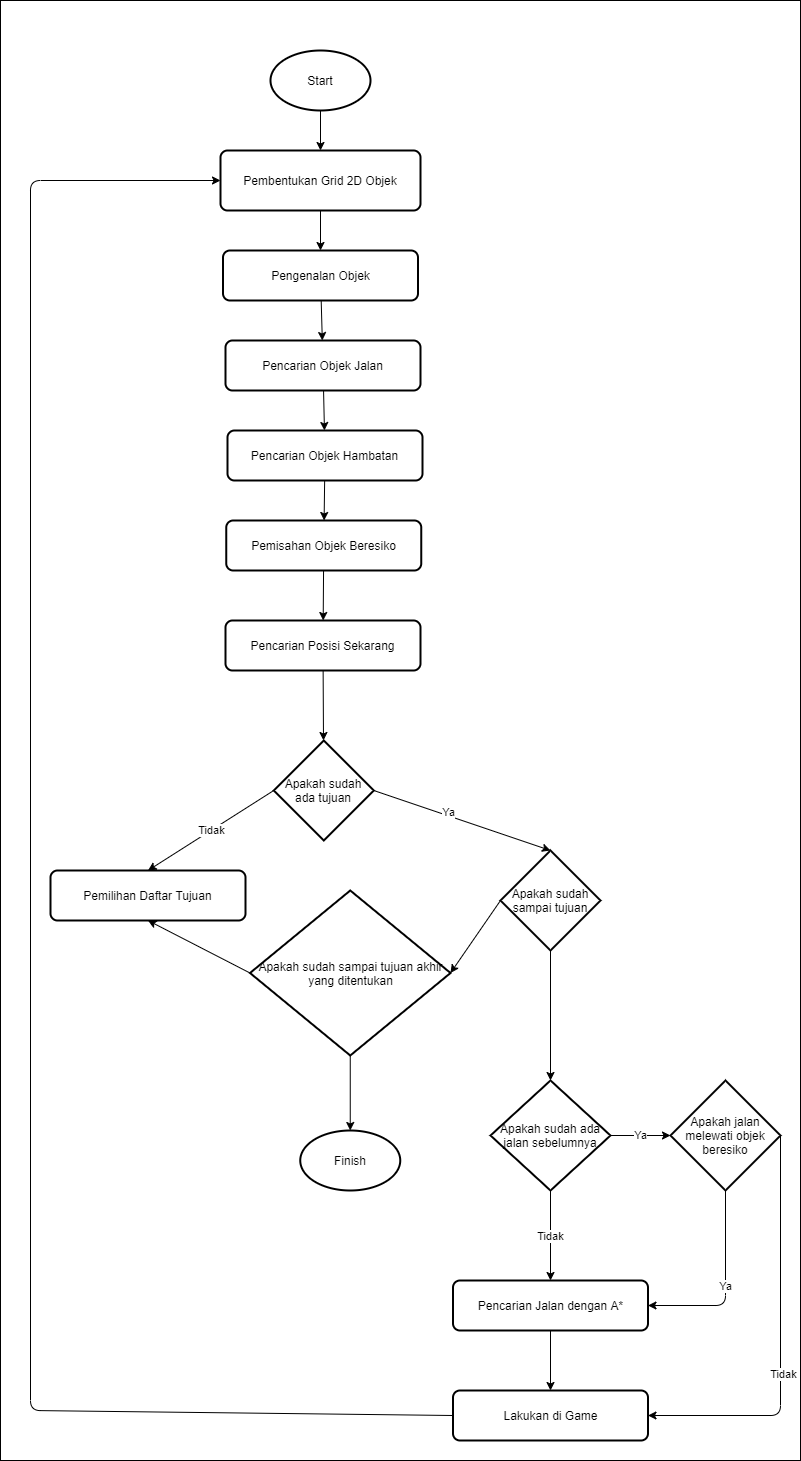
Before: doc/AI.png, a diagram exported from draw.io (albertusangkuw/Cross-Road-Agent). Source tidied: cells renumbered, new cells last; positions are measured from the earlier drawing's top-left corner, leaving out a move shared by most shapes. Source of this version:
```xml
<mxGraphModel>
  <root>
    <mxCell id="0" />
    <mxCell id="1" parent="0" />
    <mxCell id="2" style="rounded=0;whiteSpace=wrap;html=1;" parent="1" vertex="1">
      <mxGeometry width="800" height="1460" as="geometry" />
    </mxCell>
    <mxCell id="3" style="edgeStyle=none;html=1;" parent="1" edge="1" source="4" target="8">
      <mxGeometry relative="1" as="geometry" />
    </mxCell>
    <mxCell id="4" value="Start" style="strokeWidth=2;html=1;shape=mxgraph.flowchart.start_1;whiteSpace=wrap;" parent="1" vertex="1">
      <mxGeometry x="270" y="50" width="100" height="60" as="geometry" />
    </mxCell>
    <mxCell id="5" style="edgeStyle=none;html=1;" parent="1" edge="1" source="6" target="26">
      <mxGeometry relative="1" as="geometry" />
    </mxCell>
    <mxCell id="6" value="Pengenalan Objek" style="rounded=1;whiteSpace=wrap;html=1;absoluteArcSize=1;arcSize=14;strokeWidth=2;" parent="1" vertex="1">
      <mxGeometry x="222.5" y="250" width="195" height="50" as="geometry" />
    </mxCell>
    <mxCell id="7" style="edgeStyle=none;html=1;" parent="1" edge="1" source="8" target="6">
      <mxGeometry relative="1" as="geometry" />
    </mxCell>
    <mxCell id="8" value="Pembentukan Grid 2D Objek" style="rounded=1;whiteSpace=wrap;html=1;absoluteArcSize=1;arcSize=14;strokeWidth=2;" parent="1" vertex="1">
      <mxGeometry x="220" y="150" width="200" height="60" as="geometry" />
    </mxCell>
    <mxCell id="9" value="Pemilihan Daftar Tujuan" style="rounded=1;whiteSpace=wrap;html=1;absoluteArcSize=1;arcSize=14;strokeWidth=2;" parent="1" vertex="1">
      <mxGeometry x="50" y="870" width="195" height="50" as="geometry" />
    </mxCell>
    <mxCell id="10" style="edgeStyle=none;html=1;" parent="1" edge="1" source="11" target="15">
      <mxGeometry relative="1" as="geometry" />
    </mxCell>
    <mxCell id="11" value="Pencarian Posisi Sekarang" style="rounded=1;whiteSpace=wrap;html=1;absoluteArcSize=1;arcSize=14;strokeWidth=2;" parent="1" vertex="1">
      <mxGeometry x="225" y="620" width="195" height="50" as="geometry" />
    </mxCell>
    <mxCell id="12" value="Tidak" style="edgeStyle=none;html=1;exitX=0;exitY=0.5;exitDx=0;exitDy=0;exitPerimeter=0;entryX=0.5;entryY=0;entryDx=0;entryDy=0;" parent="1" edge="1" source="15" target="9">
      <mxGeometry relative="1" as="geometry" />
    </mxCell>
    <mxCell id="13" style="edgeStyle=none;html=1;exitX=1;exitY=0.5;exitDx=0;exitDy=0;exitPerimeter=0;entryX=0.5;entryY=0;entryDx=0;entryDy=0;entryPerimeter=0;" parent="1" edge="1" source="15" target="18">
      <mxGeometry relative="1" as="geometry" />
    </mxCell>
    <mxCell id="14" value="Ya" style="edgeLabel;html=1;align=center;verticalAlign=middle;" parent="13" vertex="1">
      <mxGeometry x="-0.2" y="4" relative="1" as="geometry" />
    </mxCell>
    <mxCell id="15" value="Apakah sudah ada tujuan" style="strokeWidth=2;html=1;shape=mxgraph.flowchart.decision;whiteSpace=wrap;" parent="1" vertex="1">
      <mxGeometry x="273.2" y="740" width="100" height="100" as="geometry" />
    </mxCell>
    <mxCell id="16" style="edgeStyle=none;html=1;" parent="1" edge="1" source="18" target="31">
      <mxGeometry relative="1" as="geometry" />
    </mxCell>
    <mxCell id="17" style="edgeStyle=none;html=1;exitX=0;exitY=0.5;exitDx=0;exitDy=0;exitPerimeter=0;entryX=1;entryY=0.5;entryDx=0;entryDy=0;entryPerimeter=0;" parent="1" edge="1" source="18" target="39">
      <mxGeometry relative="1" as="geometry" />
    </mxCell>
    <mxCell id="18" value="Apakah sudah sampai tujuan" style="strokeWidth=2;html=1;shape=mxgraph.flowchart.decision;whiteSpace=wrap;" parent="1" vertex="1">
      <mxGeometry x="500" y="850" width="100" height="100" as="geometry" />
    </mxCell>
    <mxCell id="19" style="edgeStyle=none;html=1;" parent="1" edge="1" source="20" target="24">
      <mxGeometry relative="1" as="geometry" />
    </mxCell>
    <mxCell id="20" value="&lt;span&gt;Pencarian Objek Hambatan&lt;/span&gt;" style="rounded=1;whiteSpace=wrap;html=1;absoluteArcSize=1;arcSize=14;strokeWidth=2;" parent="1" vertex="1">
      <mxGeometry x="227" y="430" width="195" height="50" as="geometry" />
    </mxCell>
    <mxCell id="21" style="edgeStyle=none;html=1;" parent="1" edge="1" source="22" target="28">
      <mxGeometry relative="1" as="geometry" />
    </mxCell>
    <mxCell id="22" value="Pencarian Jalan dengan A*" style="rounded=1;whiteSpace=wrap;html=1;absoluteArcSize=1;arcSize=14;strokeWidth=2;" parent="1" vertex="1">
      <mxGeometry x="452.5" y="1280" width="195" height="50" as="geometry" />
    </mxCell>
    <mxCell id="23" style="edgeStyle=none;html=1;" parent="1" edge="1" source="24" target="11">
      <mxGeometry relative="1" as="geometry" />
    </mxCell>
    <mxCell id="24" value="Pemisahan Objek Beresiko" style="rounded=1;whiteSpace=wrap;html=1;absoluteArcSize=1;arcSize=14;strokeWidth=2;" parent="1" vertex="1">
      <mxGeometry x="225.8" y="520" width="195" height="50" as="geometry" />
    </mxCell>
    <mxCell id="25" style="edgeStyle=none;html=1;" parent="1" edge="1" source="26" target="20">
      <mxGeometry relative="1" as="geometry" />
    </mxCell>
    <mxCell id="26" value="&lt;span&gt;Pencarian Objek Jalan&lt;/span&gt;" style="rounded=1;whiteSpace=wrap;html=1;absoluteArcSize=1;arcSize=14;strokeWidth=2;" parent="1" vertex="1">
      <mxGeometry x="225" y="340" width="195" height="50" as="geometry" />
    </mxCell>
    <mxCell id="27" style="edgeStyle=none;html=1;exitX=0;exitY=0.5;exitDx=0;exitDy=0;entryX=0;entryY=0.5;entryDx=0;entryDy=0;" parent="1" edge="1" source="28" target="8">
      <mxGeometry relative="1" as="geometry">
        <Array as="points">
          <mxPoint x="30" y="1410" />
          <mxPoint x="30" y="180" />
        </Array>
      </mxGeometry>
    </mxCell>
    <mxCell id="28" value="Lakukan di Game" style="rounded=1;whiteSpace=wrap;html=1;absoluteArcSize=1;arcSize=14;strokeWidth=2;" parent="1" vertex="1">
      <mxGeometry x="452.5" y="1390" width="195" height="50" as="geometry" />
    </mxCell>
    <mxCell id="29" value="Tidak" style="edgeStyle=none;html=1;" parent="1" edge="1" source="31" target="22">
      <mxGeometry relative="1" as="geometry" />
    </mxCell>
    <mxCell id="30" value="Ya" style="edgeStyle=none;html=1;exitX=1;exitY=0.5;exitDx=0;exitDy=0;exitPerimeter=0;" parent="1" edge="1" source="31" target="35">
      <mxGeometry relative="1" as="geometry" />
    </mxCell>
    <mxCell id="31" value="Apakah sudah ada jalan sebelumnya" style="strokeWidth=2;html=1;shape=mxgraph.flowchart.decision;whiteSpace=wrap;" parent="1" vertex="1">
      <mxGeometry x="490" y="1080" width="120" height="110" as="geometry" />
    </mxCell>
    <mxCell id="32" value="Ya" style="edgeStyle=none;html=1;exitX=0.5;exitY=1;exitDx=0;exitDy=0;exitPerimeter=0;entryX=1;entryY=0.5;entryDx=0;entryDy=0;" parent="1" edge="1" source="35" target="22">
      <mxGeometry relative="1" as="geometry">
        <Array as="points">
          <mxPoint x="725" y="1305" />
        </Array>
      </mxGeometry>
    </mxCell>
    <mxCell id="33" style="edgeStyle=none;html=1;exitX=1;exitY=0.5;exitDx=0;exitDy=0;exitPerimeter=0;entryX=1;entryY=0.5;entryDx=0;entryDy=0;" parent="1" edge="1" source="35" target="28">
      <mxGeometry relative="1" as="geometry">
        <Array as="points">
          <mxPoint x="780" y="1415" />
        </Array>
      </mxGeometry>
    </mxCell>
    <mxCell id="34" value="Tidak" style="edgeLabel;html=1;align=center;verticalAlign=middle;" parent="33" vertex="1">
      <mxGeometry x="0.15" y="2" relative="1" as="geometry" />
    </mxCell>
    <mxCell id="35" value="Apakah jalan melewati objek beresiko" style="strokeWidth=2;html=1;shape=mxgraph.flowchart.decision;whiteSpace=wrap;" parent="1" vertex="1">
      <mxGeometry x="670" y="1080" width="110" height="110" as="geometry" />
    </mxCell>
    <mxCell id="36" value="Finish" style="strokeWidth=2;html=1;shape=mxgraph.flowchart.start_1;whiteSpace=wrap;" parent="1" vertex="1">
      <mxGeometry x="299.8" y="1130" width="100" height="60" as="geometry" />
    </mxCell>
    <mxCell id="37" style="edgeStyle=none;html=1;entryX=0.5;entryY=1;entryDx=0;entryDy=0;exitX=0;exitY=0.5;exitDx=0;exitDy=0;exitPerimeter=0;" parent="1" edge="1" source="39" target="9">
      <mxGeometry relative="1" as="geometry" />
    </mxCell>
    <mxCell id="38" style="edgeStyle=none;html=1;exitX=0.5;exitY=1;exitDx=0;exitDy=0;exitPerimeter=0;entryX=0.5;entryY=0;entryDx=0;entryDy=0;entryPerimeter=0;" parent="1" edge="1" source="39" target="36">
      <mxGeometry relative="1" as="geometry" />
    </mxCell>
    <mxCell id="39" value="Apakah sudah sampai tujuan akhir yang ditentukan" style="strokeWidth=2;html=1;shape=mxgraph.flowchart.decision;whiteSpace=wrap;" parent="1" vertex="1">
      <mxGeometry x="249.5" y="890" width="200.5" height="165" as="geometry" />
    </mxCell>
  </root>
</mxGraphModel>
```
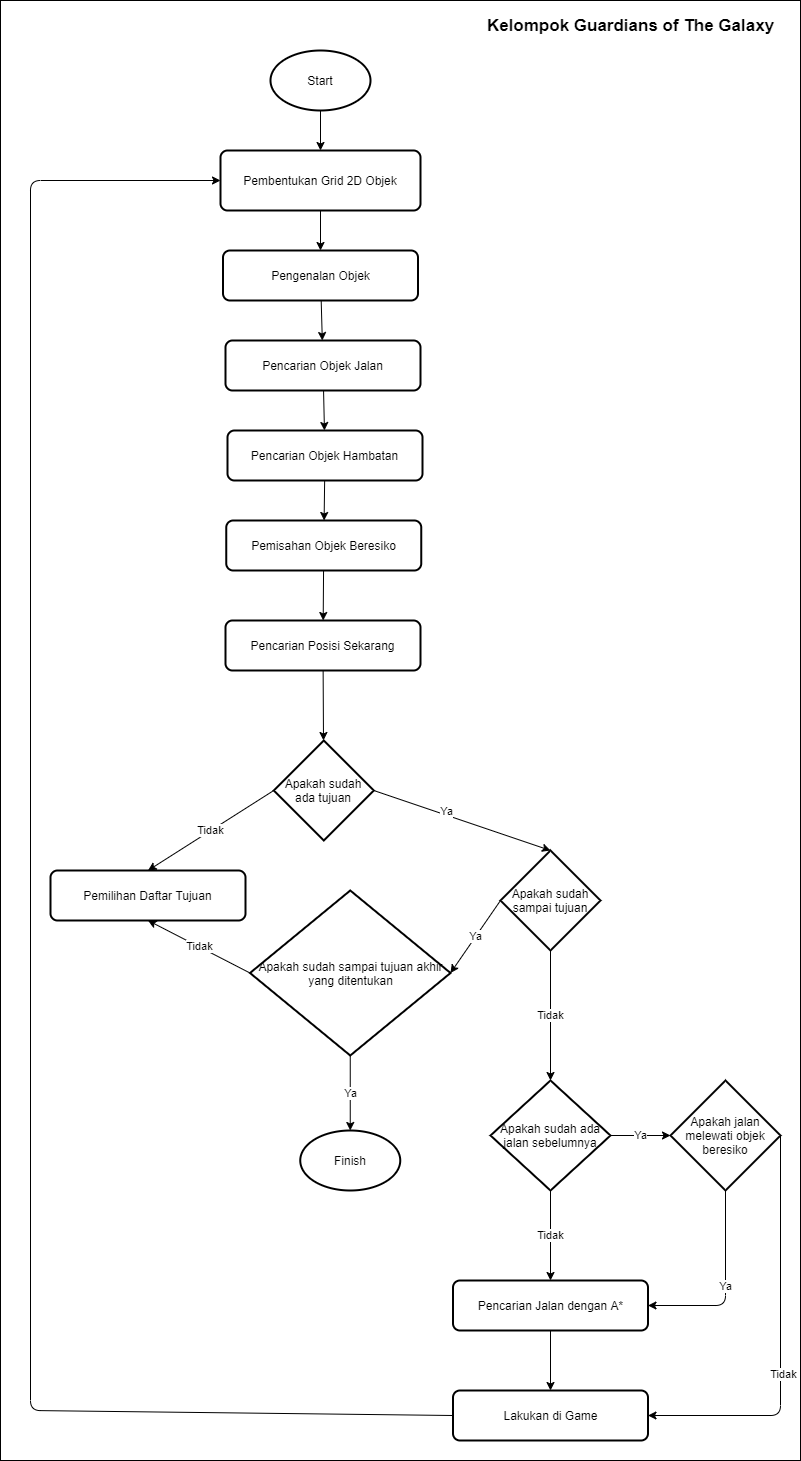
The same file after the commit.

What changed in the source:
```diff
@@ -44,10 +44,10 @@
     <mxCell id="15" value="Apakah sudah ada tujuan" style="strokeWidth=2;html=1;shape=mxgraph.flowchart.decision;whiteSpace=wrap;" parent="1" vertex="1">
       <mxGeometry x="273.2" y="740" width="100" height="100" as="geometry" />
     </mxCell>
-    <mxCell id="16" style="edgeStyle=none;html=1;" parent="1" edge="1" source="18" target="31">
+    <mxCell id="16" value="Tidak" style="edgeStyle=none;html=1;" parent="1" edge="1" source="18" target="31">
       <mxGeometry relative="1" as="geometry" />
     </mxCell>
-    <mxCell id="17" style="edgeStyle=none;html=1;exitX=0;exitY=0.5;exitDx=0;exitDy=0;exitPerimeter=0;entryX=1;entryY=0.5;entryDx=0;entryDy=0;entryPerimeter=0;" parent="1" edge="1" source="18" target="39">
+    <mxCell id="17" value="Ya" style="edgeStyle=none;html=1;exitX=0;exitY=0.5;exitDx=0;exitDy=0;exitPerimeter=0;entryX=1;entryY=0.5;entryDx=0;entryDy=0;entryPerimeter=0;" parent="1" edge="1" source="18" target="39">
       <mxGeometry relative="1" as="geometry" />
     </mxCell>
     <mxCell id="18" value="Apakah sudah sampai tujuan" style="strokeWidth=2;html=1;shape=mxgraph.flowchart.decision;whiteSpace=wrap;" parent="1" vertex="1">
@@ -120,14 +120,17 @@
     <mxCell id="36" value="Finish" style="strokeWidth=2;html=1;shape=mxgraph.flowchart.start_1;whiteSpace=wrap;" parent="1" vertex="1">
       <mxGeometry x="299.8" y="1130" width="100" height="60" as="geometry" />
     </mxCell>
-    <mxCell id="37" style="edgeStyle=none;html=1;entryX=0.5;entryY=1;entryDx=0;entryDy=0;exitX=0;exitY=0.5;exitDx=0;exitDy=0;exitPerimeter=0;" parent="1" edge="1" source="39" target="9">
+    <mxCell id="37" value="Tidak" style="edgeStyle=none;html=1;entryX=0.5;entryY=1;entryDx=0;entryDy=0;exitX=0;exitY=0.5;exitDx=0;exitDy=0;exitPerimeter=0;" parent="1" edge="1" source="39" target="9">
       <mxGeometry relative="1" as="geometry" />
     </mxCell>
-    <mxCell id="38" style="edgeStyle=none;html=1;exitX=0.5;exitY=1;exitDx=0;exitDy=0;exitPerimeter=0;entryX=0.5;entryY=0;entryDx=0;entryDy=0;entryPerimeter=0;" parent="1" edge="1" source="39" target="36">
+    <mxCell id="38" value="Ya" style="edgeStyle=none;html=1;exitX=0.5;exitY=1;exitDx=0;exitDy=0;exitPerimeter=0;entryX=0.5;entryY=0;entryDx=0;entryDy=0;entryPerimeter=0;" parent="1" edge="1" source="39" target="36">
       <mxGeometry relative="1" as="geometry" />
     </mxCell>
     <mxCell id="39" value="Apakah sudah sampai tujuan akhir yang ditentukan" style="strokeWidth=2;html=1;shape=mxgraph.flowchart.decision;whiteSpace=wrap;" parent="1" vertex="1">
       <mxGeometry x="249.5" y="890" width="200.5" height="165" as="geometry" />
     </mxCell>
+    <mxCell id="40" value="Kelompok Guardians of The Galaxy" style="text;html=1;align=center;verticalAlign=middle;strokeColor=none;fontSize=17;fontStyle=1;" parent="1" vertex="1">
+      <mxGeometry x="480" y="10" width="300" height="30" as="geometry" />
+    </mxCell>
   </root>
 </mxGraphModel>
```
